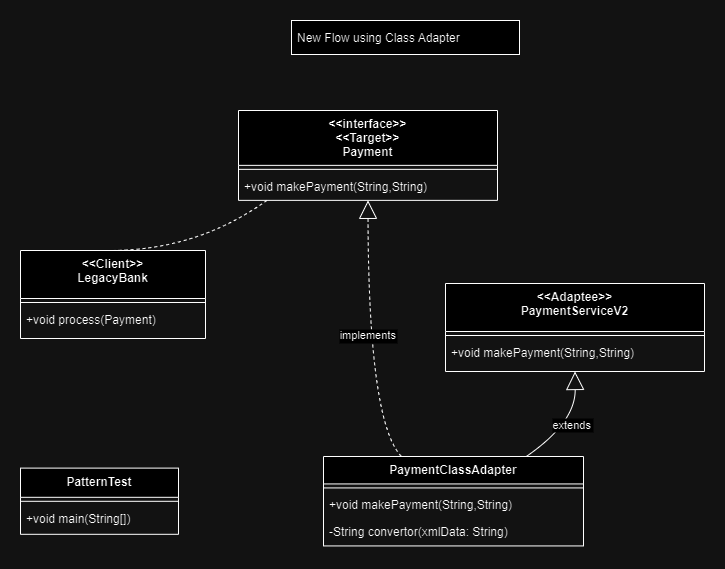
The draw.io diagram docs/gurupalaniveltech.learning.structural.adapter/newflow_class.drawio.png in gurupalaniveltech/design-pattern, before a commit. Source tidied: cells renumbered, new cells last; positions are measured from the earlier drawing's top-left corner, leaving out a move shared by most shapes.
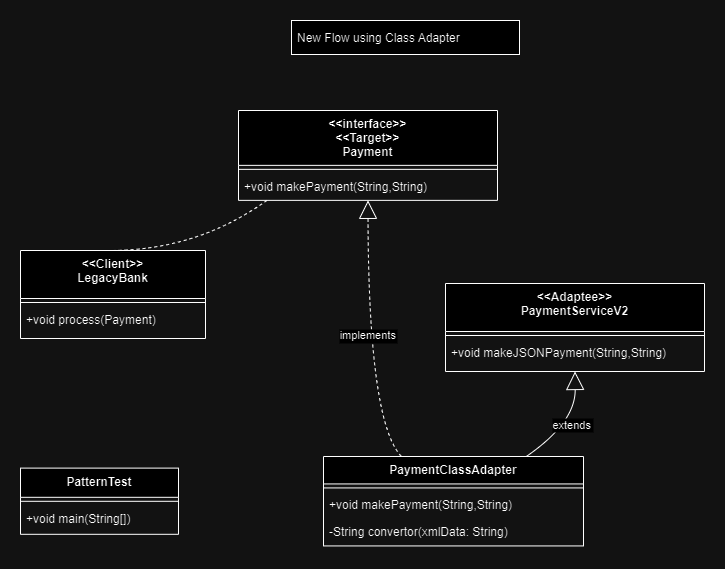
Later version of the same file.

Change to the diagram source:
```diff
@@ -35,7 +35,7 @@
     <mxCell id="12" style="line;strokeWidth=1;fillColor=none;align=left;verticalAlign=middle;spacingTop=-1;spacingLeft=3;spacingRight=3;labelPosition=right;strokeColor=inherit;" parent="11" vertex="1">
       <mxGeometry y="48" width="259" height="8" as="geometry" />
     </mxCell>
-    <mxCell id="13" value="+void makePayment(String,String)" style="text;strokeColor=none;fillColor=none;align=left;verticalAlign=top;spacingLeft=4;spacingRight=4;overflow=hidden;" parent="11" vertex="1">
+    <mxCell id="13" value="+void makeJSONPayment(String,String)" style="text;strokeColor=none;fillColor=none;align=left;verticalAlign=top;spacingLeft=4;spacingRight=4;overflow=hidden;" parent="11" vertex="1">
       <mxGeometry y="56" width="259" height="32" as="geometry" />
     </mxCell>
     <mxCell id="14" value="PaymentClassAdapter" style="swimlane;fontStyle=1;align=center;verticalAlign=top;horizontal=1;startSize=27.428571428571427;" parent="1" vertex="1">
```
